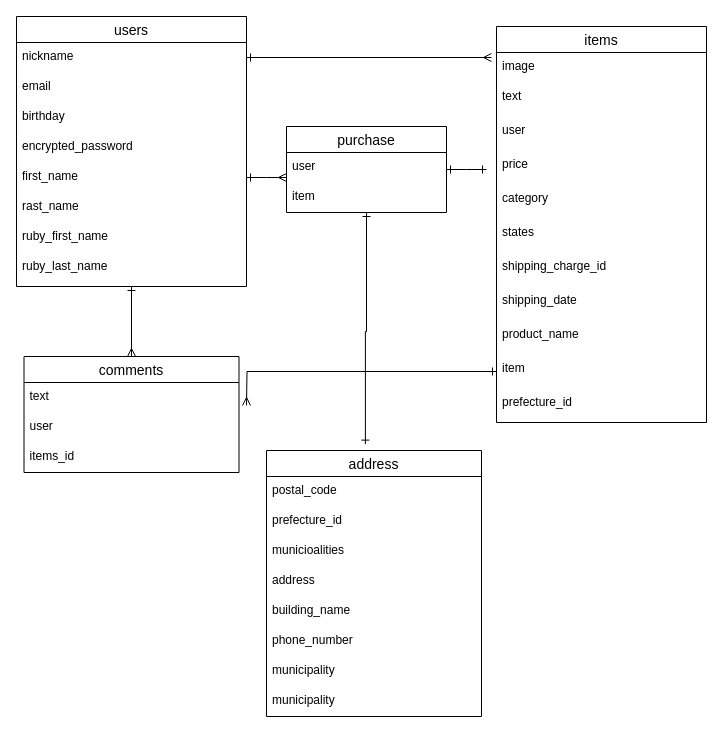
Earlier version of the draw.io diagram DB.dio (kotatori/furima-33804). Source tidied: cells renumbered, new cells numbered last; positions are measured from the earlier drawing's top-left corner, leaving out a move shared by most shapes. Both pictures are drawn from the tidied source at 100%, with x=0, y=0 at pixel (16, 16).
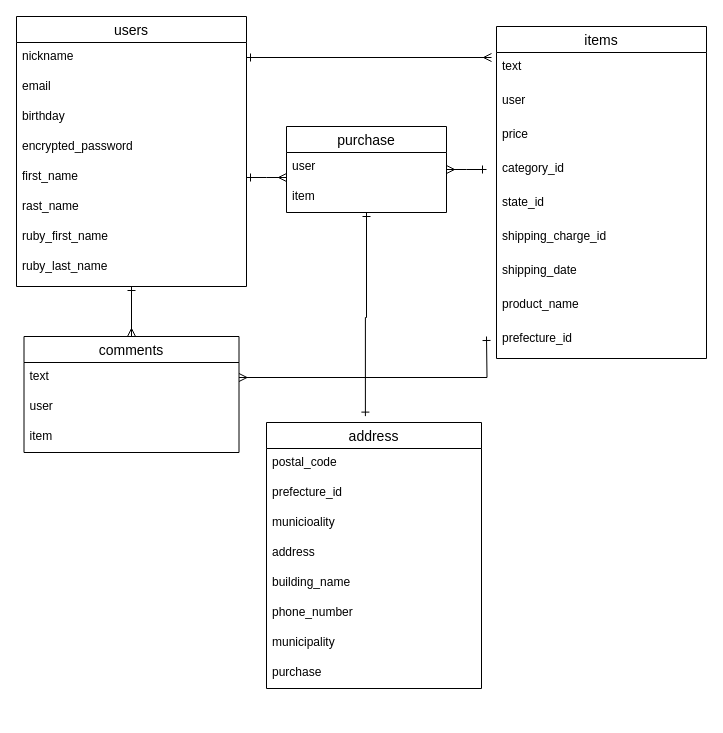
The same page after the edit.

Unchanged cells that the change refers to:
```xml
<mxCell id="4" value="nickname" style="text;strokeColor=none;fillColor=none;spacingLeft=4;spacingRight=4;overflow=hidden;points=[[0,0.5],[1,0.5]];portConstraint=eastwest;fontSize=12;" parent="3" vertex="1">
  <mxGeometry y="26" width="230" height="30" as="geometry" />
</mxCell>
<mxCell id="26" value="purchase" style="swimlane;fontStyle=0;horizontal=1;startSize=26;align=center;fontSize=14;" parent="1" vertex="1">
  <mxGeometry x="270" y="110" width="160" height="86" as="geometry" />
</mxCell>
<mxCell id="30" value="text" style="text;strokeColor=none;fillColor=none;spacingLeft=4;spacingRight=4;overflow=hidden;points=[[0,0.5],[1,0.5]];portConstraint=eastwest;fontSize=12;" parent="29" vertex="1">
  <mxGeometry y="26" width="215" height="30" as="geometry" />
</mxCell>
```

What changed in the source:
```diff
@@
     <mxCell id="12" value="items" style="swimlane;fontStyle=0;horizontal=1;startSize=26;align=center;fontSize=14;" parent="1" vertex="1">
-      <mxGeometry x="480" y="10" width="210" height="396" as="geometry" />
+      <mxGeometry x="480" y="10" width="210" height="332" as="geometry" />
     </mxCell>
-    <mxCell id="13" value="image" style="text;strokeColor=none;fillColor=none;spacingLeft=4;spacingRight=4;overflow=hidden;points=[[0,0.5],[1,0.5]];portConstraint=eastwest;fontSize=12;" parent="12" vertex="1">
-      <mxGeometry y="26" width="210" height="30" as="geometry" />
-    </mxCell>
     <mxCell id="14" value="text" style="text;strokeColor=none;fillColor=none;spacingLeft=4;spacingRight=4;overflow=hidden;fontSize=12;" parent="12" vertex="1">
-      <mxGeometry y="56" width="210" height="34" as="geometry" />
+      <mxGeometry y="26" width="210" height="34" as="geometry" />
     </mxCell>
     <mxCell id="15" value="user" style="text;strokeColor=none;fillColor=none;spacingLeft=4;spacingRight=4;overflow=hidden;fontSize=12;" parent="12" vertex="1">
-      <mxGeometry y="90" width="210" height="34" as="geometry" />
+      <mxGeometry y="60" width="210" height="34" as="geometry" />
     </mxCell>
     <mxCell id="16" value="price" style="text;strokeColor=none;fillColor=none;spacingLeft=4;spacingRight=4;overflow=hidden;fontSize=12;" parent="12" vertex="1">
-      <mxGeometry y="124" width="210" height="34" as="geometry" />
+      <mxGeometry y="94" width="210" height="34" as="geometry" />
     </mxCell>
-    <mxCell id="17" value="category" style="text;strokeColor=none;fillColor=none;spacingLeft=4;spacingRight=4;overflow=hidden;fontSize=12;" parent="12" vertex="1">
-      <mxGeometry y="158" width="210" height="34" as="geometry" />
+    <mxCell id="17" value="category_id" style="text;strokeColor=none;fillColor=none;spacingLeft=4;spacingRight=4;overflow=hidden;fontSize=12;" parent="12" vertex="1">
+      <mxGeometry y="128" width="210" height="34" as="geometry" />
     </mxCell>
-    <mxCell id="18" value="states" style="text;strokeColor=none;fillColor=none;spacingLeft=4;spacingRight=4;overflow=hidden;fontSize=12;" parent="12" vertex="1">
-      <mxGeometry y="192" width="210" height="34" as="geometry" />
+    <mxCell id="18" value="state_id" style="text;strokeColor=none;fillColor=none;spacingLeft=4;spacingRight=4;overflow=hidden;fontSize=12;" parent="12" vertex="1">
+      <mxGeometry y="162" width="210" height="34" as="geometry" />
     </mxCell>
     <mxCell id="19" value="shipping_charge_id" style="text;strokeColor=none;fillColor=none;spacingLeft=4;spacingRight=4;overflow=hidden;fontSize=12;" parent="12" vertex="1">
-      <mxGeometry y="226" width="210" height="34" as="geometry" />
+      <mxGeometry y="196" width="210" height="34" as="geometry" />
     </mxCell>
     <mxCell id="20" value="shipping_date" style="text;strokeColor=none;fillColor=none;spacingLeft=4;spacingRight=4;overflow=hidden;fontSize=12;" parent="12" vertex="1">
-      <mxGeometry y="260" width="210" height="34" as="geometry" />
+      <mxGeometry y="230" width="210" height="34" as="geometry" />
     </mxCell>
     <mxCell id="21" value="product_name" style="text;strokeColor=none;fillColor=none;spacingLeft=4;spacingRight=4;overflow=hidden;fontSize=12;" parent="12" vertex="1">
-      <mxGeometry y="294" width="210" height="34" as="geometry" />
+      <mxGeometry y="264" width="210" height="34" as="geometry" />
     </mxCell>
-    <mxCell id="22" value="item" style="text;strokeColor=none;fillColor=none;spacingLeft=4;spacingRight=4;overflow=hidden;points=[[0,0.5],[1,0.5]];portConstraint=eastwest;fontSize=12;" parent="12" vertex="1">
-      <mxGeometry y="328" width="210" height="34" as="geometry" />
-    </mxCell>
     <mxCell id="23" value="prefecture_id" style="text;strokeColor=none;fillColor=none;spacingLeft=4;spacingRight=4;overflow=hidden;fontSize=12;" parent="12" vertex="1">
-      <mxGeometry y="362" width="210" height="34" as="geometry" />
+      <mxGeometry y="298" width="210" height="34" as="geometry" />
     </mxCell>
@@
-    <mxCell id="25" style="edgeStyle=orthogonalEdgeStyle;rounded=0;jettySize=auto;html=1;startArrow=ERone;startFill=0;endArrow=ERone;endFill=0;fontSize=14;" parent="1" edge="1" source="26">
+    <mxCell id="25" style="edgeStyle=orthogonalEdgeStyle;rounded=0;jettySize=auto;html=1;startArrow=ERmany;startFill=0;endArrow=ERone;endFill=0;fontSize=14;" parent="1" edge="1" source="26">
       <mxGeometry relative="1" as="geometry">
         <mxPoint x="470" y="153" as="targetPoint" />
       </mxGeometry>
     </mxCell>
@@
     <mxCell id="29" value="comments" style="swimlane;fontStyle=0;horizontal=1;startSize=26;align=center;fontSize=14;" parent="1" vertex="1">
-      <mxGeometry x="7.5" y="340" width="215" height="116" as="geometry" />
+      <mxGeometry x="7.5" y="320" width="215" height="116" as="geometry" />
     </mxCell>
@@
-    <mxCell id="32" value="items_id" style="text;strokeColor=none;fillColor=none;spacingLeft=4;spacingRight=4;overflow=hidden;fontSize=12;" parent="29" vertex="1">
+    <mxCell id="32" value="item" style="text;strokeColor=none;fillColor=none;spacingLeft=4;spacingRight=4;overflow=hidden;fontSize=12;" parent="29" vertex="1">
       <mxGeometry y="86" width="215" height="30" as="geometry" />
     </mxCell>
-    <mxCell id="33" style="edgeStyle=orthogonalEdgeStyle;rounded=0;jettySize=auto;html=1;entryX=-0.024;entryY=0.167;entryDx=0;entryDy=0;entryPerimeter=0;startArrow=ERone;startFill=0;endArrow=ERmany;endFill=0;fontSize=14;" parent="1" edge="1" source="4" target="13">
-      <mxGeometry relative="1" as="geometry" />
+    <mxCell id="33" style="edgeStyle=orthogonalEdgeStyle;rounded=0;jettySize=auto;html=1;entryX=-0.024;entryY=0.167;entryDx=0;entryDy=0;entryPerimeter=0;startArrow=ERone;startFill=0;endArrow=ERmany;endFill=0;fontSize=14;" parent="1" edge="1" source="4">
+      <mxGeometry relative="1" as="geometry">
+        <mxPoint x="475" y="41" as="targetPoint" />
+      </mxGeometry>
     </mxCell>
@@
-    <mxCell id="35" style="edgeStyle=orthogonalEdgeStyle;rounded=0;jettySize=auto;html=1;startArrow=ERone;startFill=0;endArrow=ERmany;endFill=0;fontSize=14;" parent="1" edge="1" source="22">
+    <mxCell id="35" style="edgeStyle=orthogonalEdgeStyle;rounded=0;jettySize=auto;html=1;startArrow=ERone;startFill=0;endArrow=ERmany;endFill=0;fontSize=14;entryX=1;entryY=0.5;entryDx=0;entryDy=0;" parent="1" edge="1" target="30">
       <mxGeometry relative="1" as="geometry">
-        <mxPoint x="230" y="389" as="targetPoint" />
+        <mxPoint x="470" y="320" as="sourcePoint" />
       </mxGeometry>
     </mxCell>
     <mxCell id="36" value="address" style="swimlane;fontStyle=0;horizontal=1;startSize=26;align=center;fontSize=14;" parent="1" vertex="1">
-      <mxGeometry x="250" y="434" width="215" height="266" as="geometry" />
+      <mxGeometry x="250" y="406" width="215" height="266" as="geometry" />
     </mxCell>
@@
-    <mxCell id="39" value="municioalities" style="text;strokeColor=none;fillColor=none;spacingLeft=4;spacingRight=4;overflow=hidden;fontSize=12;" parent="36" vertex="1">
+    <mxCell id="39" value="municioality" style="text;strokeColor=none;fillColor=none;spacingLeft=4;spacingRight=4;overflow=hidden;fontSize=12;" parent="36" vertex="1">
       <mxGeometry y="86" width="215" height="30" as="geometry" />
     </mxCell>
@@
-    <mxCell id="44" value="municipality" style="text;strokeColor=none;fillColor=none;spacingLeft=4;spacingRight=4;overflow=hidden;fontSize=12;" parent="36" vertex="1">
+    <mxCell id="44" value="purchase" style="text;strokeColor=none;fillColor=none;spacingLeft=4;spacingRight=4;overflow=hidden;fontSize=12;" parent="36" vertex="1">
       <mxGeometry y="236" width="215" height="30" as="geometry" />
     </mxCell>
```
